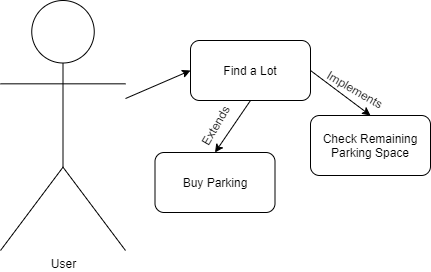
Above: docs/useCases/Check Remaining Space.png in katiecorcoran/cs3450-group-4 (draw.io), before the change. Source tidied: cells renumbered, new cells last; positions are measured from the earlier drawing's top-left corner, leaving out a move shared by most shapes.
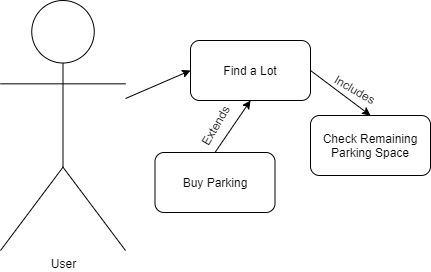
Later version of the same file.

Commit message:
Updated Use Case Diagrams

Change to the diagram source:
```diff
@@ -23,7 +23,7 @@
     <mxCell id="8" style="endArrow=classic;html=1;entryX=0;entryY=0.5;entryDx=0;entryDy=0;" parent="1" edge="1" source="2" target="3">
       <mxGeometry relative="1" as="geometry" />
     </mxCell>
-    <mxCell id="9" value="Implements" style="text;html=1;strokeColor=none;fillColor=none;align=center;verticalAlign=middle;whiteSpace=wrap;rounded=0;rotation=30;" parent="1" vertex="1">
+    <mxCell id="9" value="Includes" style="text;html=1;strokeColor=none;fillColor=none;align=center;verticalAlign=middle;whiteSpace=wrap;rounded=0;rotation=30;" parent="1" vertex="1">
       <mxGeometry x="320" y="78" width="70" height="22" as="geometry" />
     </mxCell>
     <mxCell id="10" style="rounded=1;whiteSpace=wrap;html=1;" parent="1" vertex="1">
@@ -32,7 +32,7 @@
     <mxCell id="11" value="Buy Parking" style="text;html=1;strokeColor=none;fillColor=none;align=center;verticalAlign=middle;whiteSpace=wrap;rounded=0;" parent="1" vertex="1">
       <mxGeometry x="164.5" y="152" width="100" height="60" as="geometry" />
     </mxCell>
-    <mxCell id="12" style="endArrow=classic;html=1;entryX=0.5;entryY=0;entryDx=0;entryDy=0;exitX=0.5;exitY=1;exitDx=0;exitDy=0;" parent="1" edge="1" source="3" target="11">
+    <mxCell id="12" style="endArrow=classic;html=1;exitX=0.5;exitY=0;exitDx=0;exitDy=0;entryX=0.5;entryY=1;entryDx=0;entryDy=0;" parent="1" edge="1" source="11" target="3">
       <mxGeometry relative="1" as="geometry" />
     </mxCell>
     <mxCell id="13" value="Extends" style="text;html=1;strokeColor=none;fillColor=none;align=center;verticalAlign=middle;whiteSpace=wrap;rounded=0;rotation=-60;" parent="1" vertex="1">
```
